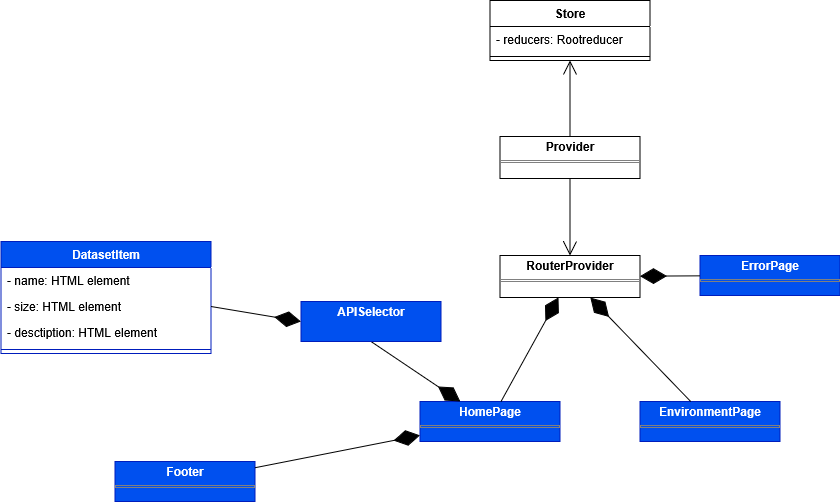
Before: Docs/PB/Generali Esterni/specifica_tecnica/template/images/uml_front/ui/pages.png, a diagram exported from draw.io (6BitBusters/6BitBusters.github.io). Source tidied: cells renumbered, new cells last; positions are measured from the earlier drawing's top-left corner, leaving out a move shared by most shapes.
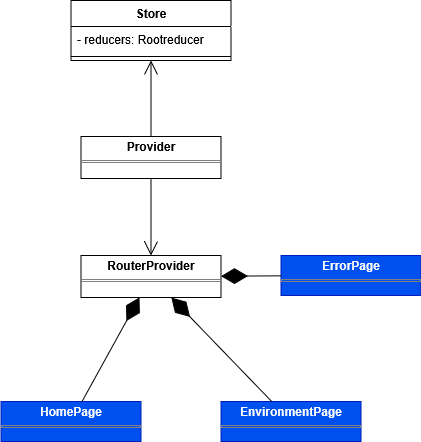
The same file after the commit.

Commit message:
change: migliore divisione UML

Change to the diagram source:
```diff
@@ -41,35 +41,5 @@
     <mxCell id="14" style="endArrow=diamondThin;endFill=1;endSize=24;html=1;rounded=0;" parent="1" edge="1" source="13" target="8">
       <mxGeometry relative="1" as="geometry" />
     </mxCell>
-    <mxCell id="15" style="endArrow=diamondThin;endFill=1;endSize=24;html=1;rounded=0;exitX=0.5;exitY=1;exitDx=0;exitDy=0;" parent="1" edge="1" source="23" target="9">
-      <mxGeometry relative="1" as="geometry" />
-    </mxCell>
-    <mxCell id="16" value="DatasetItem" style="swimlane;fontStyle=1;align=center;verticalAlign=top;horizontal=1;startSize=26;whiteSpace=wrap;html=1;fillColor=#0050ef;fontColor=#ffffff;strokeColor=#001DBC;" parent="1" vertex="1">
-      <mxGeometry x="0.5" y="241" width="210" height="112" as="geometry" />
-    </mxCell>
-    <mxCell id="17" value="- name: HTML element" style="text;strokeColor=none;fillColor=none;align=left;verticalAlign=top;spacingLeft=4;spacingRight=4;overflow=hidden;whiteSpace=wrap;html=1;" parent="16" vertex="1">
-      <mxGeometry y="26" width="210" height="26" as="geometry" />
-    </mxCell>
-    <mxCell id="18" value="- size: HTML element" style="text;strokeColor=none;fillColor=none;align=left;verticalAlign=top;spacingLeft=4;spacingRight=4;overflow=hidden;points=[[0,0.5],[1,0.5]];portConstraint=eastwest;whiteSpace=wrap;html=1;" parent="16" vertex="1">
-      <mxGeometry y="52" width="210" height="26" as="geometry" />
-    </mxCell>
-    <mxCell id="19" value="- desctiption: HTML element" style="text;strokeColor=none;fillColor=none;align=left;verticalAlign=top;spacingLeft=4;spacingRight=4;overflow=hidden;whiteSpace=wrap;html=1;" parent="16" vertex="1">
-      <mxGeometry y="78" width="210" height="26" as="geometry" />
-    </mxCell>
-    <mxCell id="20" style="line;strokeWidth=1;fillColor=none;align=left;verticalAlign=middle;spacingTop=-1;spacingLeft=3;spacingRight=3;labelPosition=right;strokeColor=inherit;" parent="16" vertex="1">
-      <mxGeometry y="104" width="210" height="8" as="geometry" />
-    </mxCell>
-    <mxCell id="21" value="&lt;p style=&quot;margin:0px;margin-top:4px;text-align:center;&quot;&gt;&lt;b&gt;Footer&lt;/b&gt;&lt;/p&gt;&lt;hr size=&quot;1&quot; style=&quot;border-style:solid;&quot;&gt;&lt;div style=&quot;height:2px;&quot;&gt;&lt;/div&gt;" style="verticalAlign=top;align=left;overflow=fill;html=1;whiteSpace=wrap;fillColor=#0050ef;fontColor=#ffffff;strokeColor=#001DBC;" parent="1" vertex="1">
-      <mxGeometry x="114.5" y="461" width="140" height="40" as="geometry" />
-    </mxCell>
-    <mxCell id="22" style="endArrow=diamondThin;endFill=1;endSize=24;html=1;rounded=0;" parent="1" edge="1" source="21" target="9">
-      <mxGeometry relative="1" as="geometry" />
-    </mxCell>
-    <mxCell id="23" value="&lt;p style=&quot;margin:0px;margin-top:4px;text-align:center;&quot;&gt;&lt;b&gt;APISelector&lt;/b&gt;&lt;/p&gt;" style="verticalAlign=top;align=left;overflow=fill;html=1;whiteSpace=wrap;fillColor=#0050ef;fontColor=#ffffff;strokeColor=#001DBC;" parent="1" vertex="1">
-      <mxGeometry x="300.5" y="301" width="140" height="40" as="geometry" />
-    </mxCell>
-    <mxCell id="24" style="endArrow=diamondThin;endFill=1;endSize=24;html=1;rounded=0;exitX=1;exitY=0.5;exitDx=0;exitDy=0;entryX=0;entryY=0.5;entryDx=0;entryDy=0;" parent="1" edge="1" source="18" target="23">
-      <mxGeometry relative="1" as="geometry" />
-    </mxCell>
   </root>
 </mxGraphModel>
```
